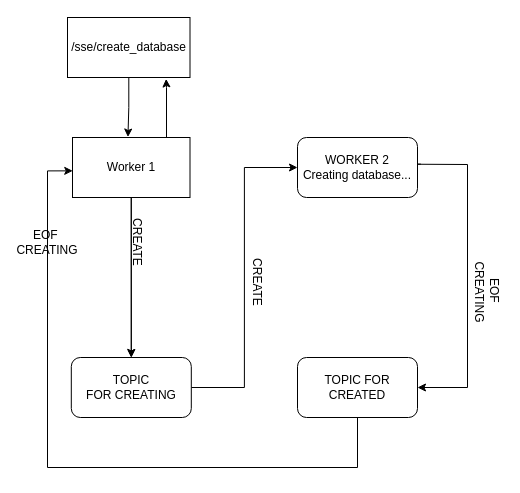
Above: app/docs/Workers_Job.drawio in G2048/SSE_Publisher (draw.io), before the change. Source tidied: cells renumbered, new cells numbered last; positions are measured from the earlier drawing's top-left corner, leaving out a move shared by most shapes. Both pictures are drawn from the tidied source at 100%, with x=0, y=0 at pixel (17, 17).
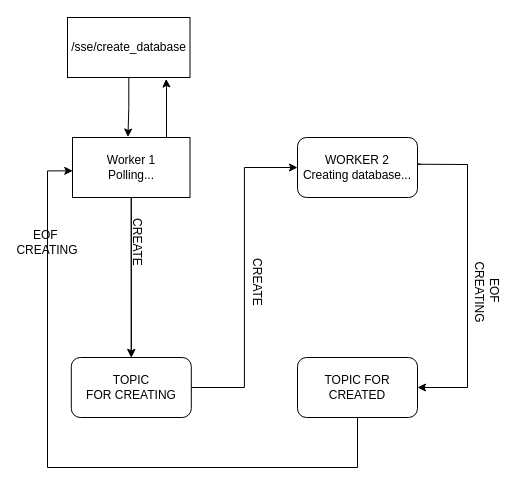
The same diagram, later.

Commit message:
docs(workers): specify worker1 is polling

What changed in the source:
```diff
@@
-    <mxCell id="5" value="Worker 1" style="rounded=0;whiteSpace=wrap;html=1;" parent="1" vertex="1">
+    <mxCell id="5" value="Worker 1&lt;div&gt;Polling...&lt;/div&gt;" style="rounded=0;whiteSpace=wrap;html=1;" parent="1" vertex="1">
       <mxGeometry x="55" y="120" width="117.5" height="60" as="geometry" />
     </mxCell>
```
